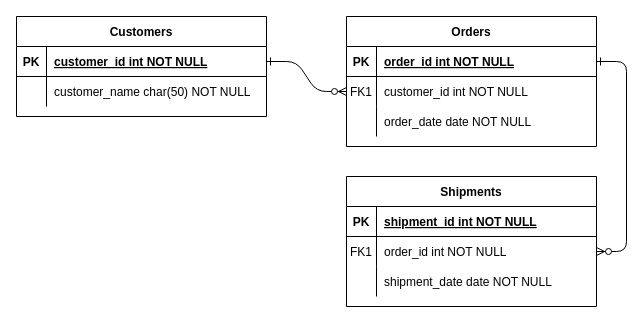
Ivanayalamaya/diagramasEntidadRelacion keeps this draw.io diagram as Diagrama sin título.drawio. Above is the earlier version. Source tidied: cells renumbered, new cells numbered last; positions are measured from the earlier drawing's top-left corner, leaving out a move shared by most shapes. Both pictures are drawn from the tidied source at 100%, with x=0, y=0 at pixel (16, 16).
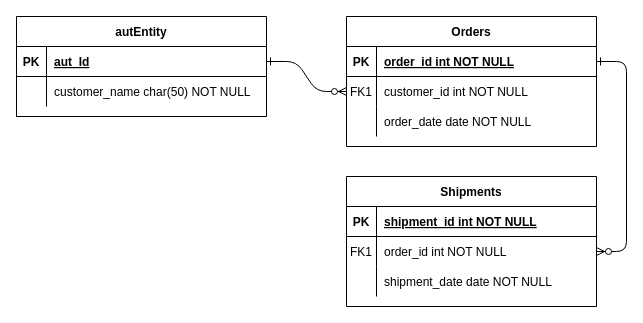
The same diagram, later.

The change refers to these unchanged cells:
```xml
<mxCell id="25" style="shape=partialRectangle;fillColor=none;points=[[0,0.5],[1,0.5]];portConstraint=eastwest;top=0;left=0;right=0;bottom=1;" parent="24" vertex="1">
  <mxGeometry y="30" width="250" height="30" as="geometry" />
</mxCell>
```

Change to the diagram source:
```diff
@@
-    <mxCell id="24" value="Customers" style="shape=table;startSize=30;childLayout=tableLayout;rowLines=0;fontStyle=1;align=center;" parent="1" vertex="1">
+    <mxCell id="24" value="autEntity" style="shape=table;startSize=30;childLayout=tableLayout;rowLines=0;fontStyle=1;align=center;" parent="1" vertex="1">
       <mxGeometry width="250" height="100" as="geometry" />
     </mxCell>
@@
-    <mxCell id="27" value="customer_id int NOT NULL " style="shape=partialRectangle;overflow=hidden;fillColor=none;top=0;left=0;bottom=0;right=0;align=left;spacingLeft=6;fontStyle=5;" parent="25" vertex="1">
+    <mxCell id="27" value="aut_Id" style="shape=partialRectangle;overflow=hidden;fillColor=none;top=0;left=0;bottom=0;right=0;align=left;spacingLeft=6;fontStyle=5;" parent="25" vertex="1">
       <mxGeometry x="30" width="220" height="30" as="geometry" />
     </mxCell>
```
